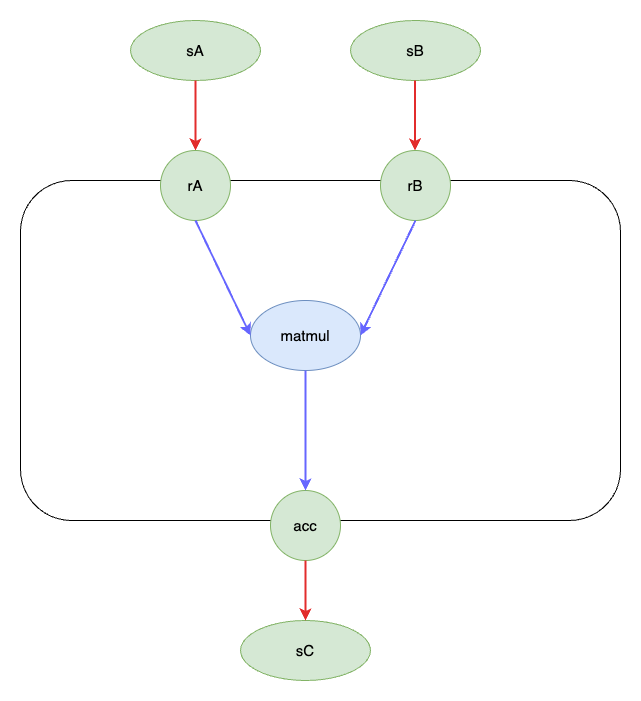
Before: docs/figures/RF_GEMM_Graph.png, a diagram exported from draw.io (TiledTensor/TiledKernel). Source tidied: cells renumbered, new cells last; positions are measured from the earlier drawing's top-left corner, leaving out a move shared by most shapes.
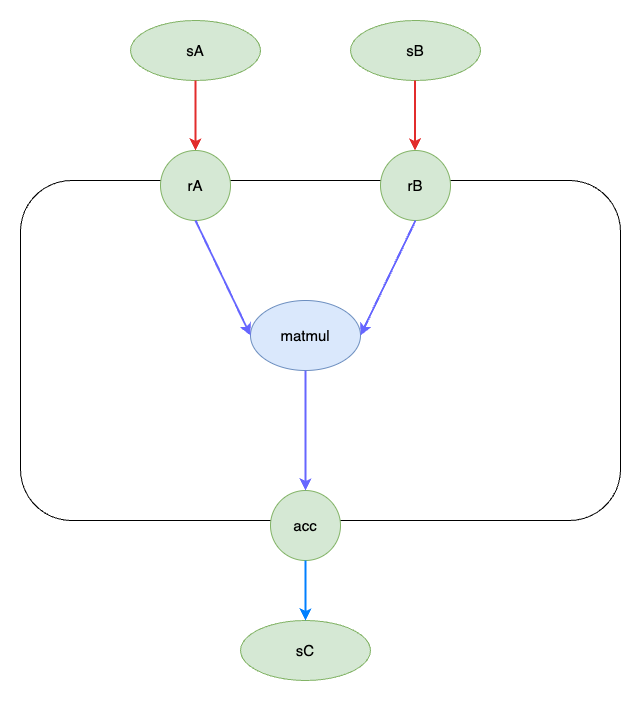
The same diagram one commit later.

Diff of the diagram source:
```diff
@@ -44,7 +44,7 @@
     <mxCell id="14" value="&lt;font style=&quot;font-size: 15px;&quot;&gt;sC&lt;/font&gt;" style="shape=ellipse;html=1;dashed=0;whiteSpace=wrap;perimeter=ellipsePerimeter;fillColor=#d5e8d4;strokeColor=#82b366;" parent="1" vertex="1">
       <mxGeometry x="220" y="600" width="130" height="60" as="geometry" />
     </mxCell>
-    <mxCell id="15" style="endArrow=classic;html=1;rounded=0;entryX=0.5;entryY=0;entryDx=0;entryDy=0;strokeWidth=2;strokeColor=#E22C2C;" parent="1" edge="1" target="14">
+    <mxCell id="15" style="endArrow=classic;html=1;rounded=0;entryX=0.5;entryY=0;entryDx=0;entryDy=0;strokeWidth=2;strokeColor=#007FFF;fillColor=#b1ddf0;" parent="1" edge="1" target="14">
       <mxGeometry relative="1" as="geometry">
         <mxPoint x="285" y="540" as="sourcePoint" />
       </mxGeometry>
```
